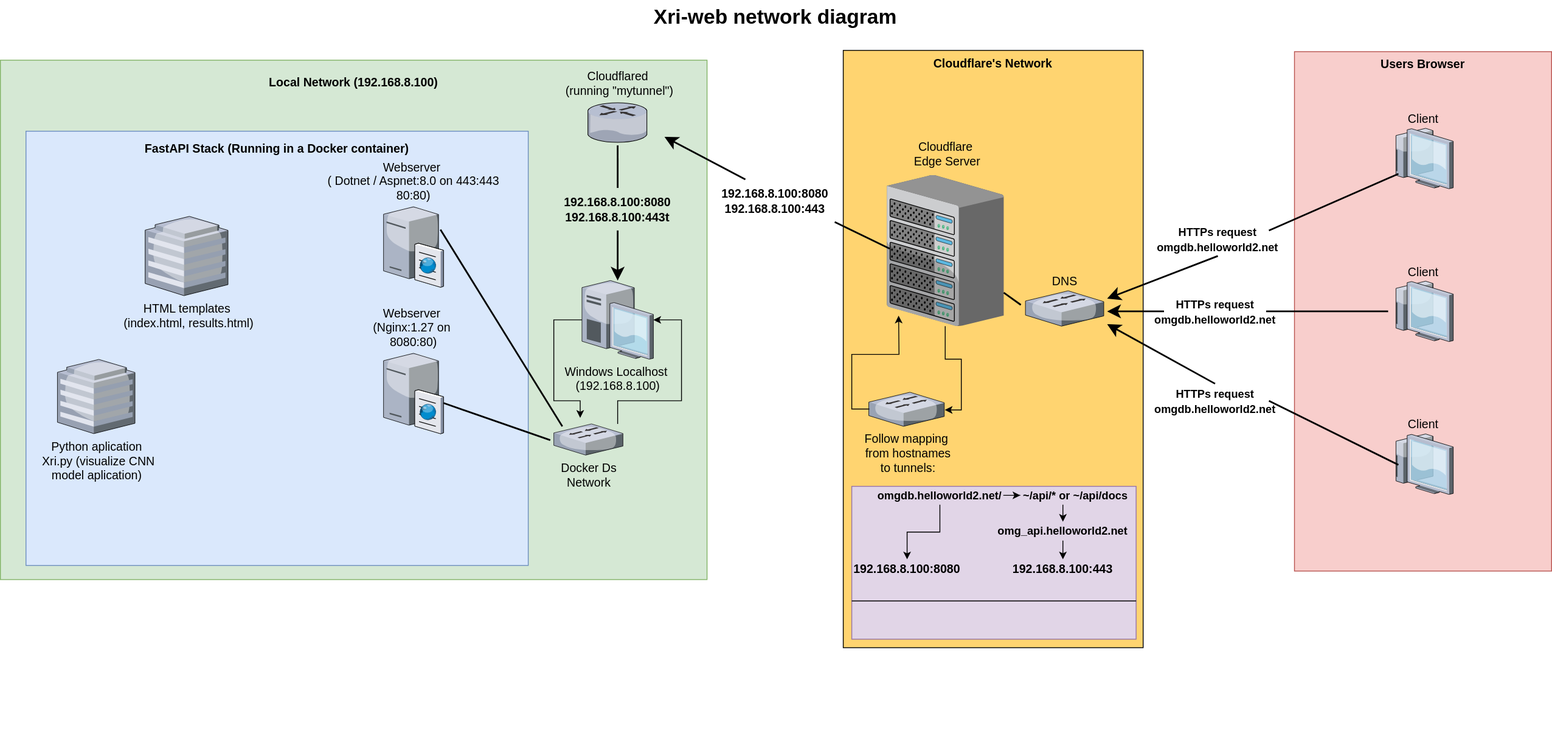
This is blueprint/network-diagram.drawio.svg from jmsaRuc/CITP_Portfolio_Project, a draw.io export, as it was before one commit. Source tidied: cells renumbered, new cells last; positions are measured from the earlier drawing's top-left corner, leaving out a move shared by most shapes.
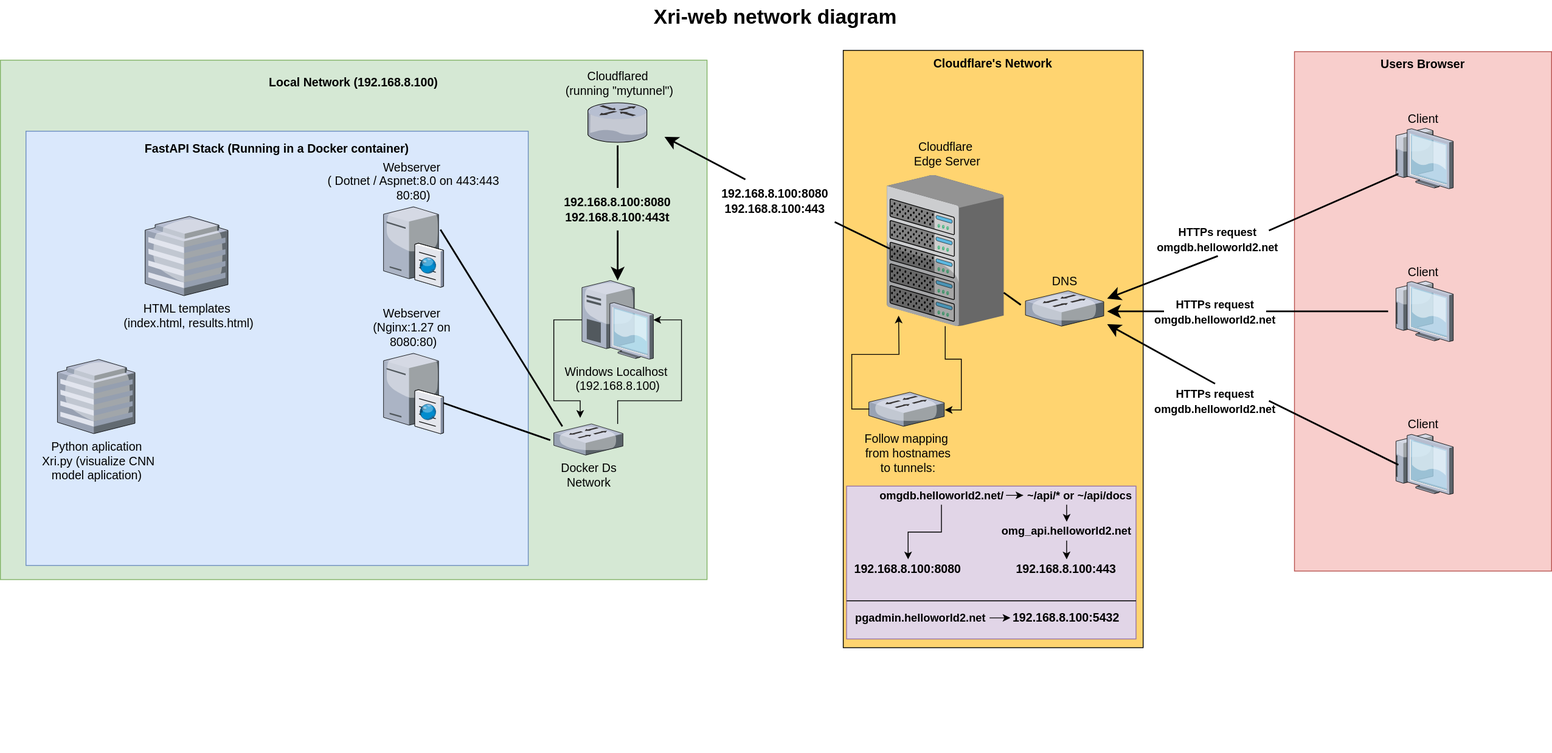
The same diagram one commit later.

Change to the diagram source:
```diff
@@ -156,13 +156,13 @@
       <mxGeometry relative="1" as="geometry" />
     </mxCell>
     <mxCell id="44" style="group;" parent="1" vertex="1">
-      <mxGeometry x="1000" y="570" width="334" height="180" as="geometry" />
+      <mxGeometry x="1000" y="570" width="340" height="180" as="geometry" />
     </mxCell>
     <mxCell id="45" style="rounded=0;whiteSpace=wrap;html=1;fillColor=#e1d5e7;strokeColor=light-dark(#9673A6,#CDA2BE);" parent="44" vertex="1">
-      <mxGeometry y="0.5" width="334" height="179.5" as="geometry" />
+      <mxGeometry x="-6.1" y="0.2" width="340" height="179.5" as="geometry" />
     </mxCell>
     <mxCell id="46" value="&lt;span style=&quot;font-size: 14px; background-color: initial;&quot;&gt;&lt;b&gt;192.168.8.100:8080&lt;/b&gt;&lt;/span&gt;&lt;span style=&quot;font-size: 14px;&quot;&gt;&lt;b&gt;&lt;br&gt;&lt;/b&gt;&lt;/span&gt;" style="text;html=1;strokeColor=none;fillColor=none;align=center;verticalAlign=middle;whiteSpace=wrap;rounded=0;" parent="44" vertex="1">
-      <mxGeometry y="86.2" width="130" height="24.2" as="geometry" />
+      <mxGeometry y="86.2" width="132.3" height="24.2" as="geometry" />
     </mxCell>
     <mxCell id="47" style="edgeStyle=orthogonalEdgeStyle;rounded=0;jettySize=auto;html=1;entryX=0.5;entryY=0;entryDx=0;entryDy=0;" parent="44" edge="1" source="49" target="46">
       <mxGeometry relative="1" as="geometry" />
@@ -171,31 +171,40 @@
       <mxGeometry relative="1" as="geometry" />
     </mxCell>
     <mxCell id="49" value="&lt;span style=&quot;font-size: 13px; font-weight: 700;&quot;&gt;omgdb.helloworld2.net/&lt;/span&gt;" style="text;html=1;strokeColor=none;fillColor=none;align=center;verticalAlign=middle;whiteSpace=wrap;rounded=0;" parent="44" vertex="1">
-      <mxGeometry x="29" width="149" height="22.1" as="geometry" />
+      <mxGeometry x="29.5" width="151.7" height="22.1" as="geometry" />
     </mxCell>
     <mxCell id="50" value="&lt;span style=&quot;font-size: 14px; background-color: initial;&quot;&gt;&lt;b&gt;192.168.8.100:443&lt;/b&gt;&lt;/span&gt;&lt;span style=&quot;font-size: 14px;&quot;&gt;&lt;b&gt;&lt;br&gt;&lt;/b&gt;&lt;/span&gt;" style="text;html=1;strokeColor=none;fillColor=none;align=center;verticalAlign=middle;whiteSpace=wrap;rounded=0;" parent="44" vertex="1">
-      <mxGeometry x="183" y="86.2" width="130" height="24.2" as="geometry" />
+      <mxGeometry x="186.3" y="86.2" width="132.3" height="24.2" as="geometry" />
     </mxCell>
     <mxCell id="51" style="edgeStyle=orthogonalEdgeStyle;rounded=0;jettySize=auto;html=1;entryX=0.5;entryY=0;entryDx=0;entryDy=0;" parent="44" edge="1" source="52" target="50">
       <mxGeometry relative="1" as="geometry" />
     </mxCell>
     <mxCell id="52" value="&lt;span style=&quot;font-size: 13px;&quot;&gt;&lt;b&gt;omg_api.helloworld2.net&lt;/b&gt;&lt;/span&gt;" style="text;html=1;strokeColor=none;fillColor=none;align=center;verticalAlign=middle;whiteSpace=wrap;rounded=0;" parent="44" vertex="1">
-      <mxGeometry x="163" y="42" width="170" height="22.1" as="geometry" />
+      <mxGeometry x="165.9" y="42" width="173.1" height="22.1" as="geometry" />
     </mxCell>
     <mxCell id="53" style="edgeStyle=orthogonalEdgeStyle;rounded=0;jettySize=auto;html=1;entryX=0.5;entryY=0;entryDx=0;entryDy=0;" parent="44" edge="1" source="54" target="52">
       <mxGeometry relative="1" as="geometry">
         <Array as="points">
-          <mxPoint x="248" y="32" />
-          <mxPoint x="248" y="32" />
+          <mxPoint x="252.5" y="32" />
+          <mxPoint x="252.5" y="32" />
         </Array>
       </mxGeometry>
     </mxCell>
     <mxCell id="54" value="&lt;span style=&quot;font-size: 13px;&quot;&gt;&lt;b&gt;~/api/* or ~/api/docs&lt;/b&gt;&lt;/span&gt;" style="text;html=1;strokeColor=none;fillColor=none;align=center;verticalAlign=middle;whiteSpace=wrap;rounded=0;" parent="44" vertex="1">
-      <mxGeometry x="198" width="130" height="22.1" as="geometry" />
+      <mxGeometry x="201.6" width="132.3" height="22.1" as="geometry" />
     </mxCell>
     <mxCell id="55" style="endArrow=none;html=1;rounded=0;exitX=0;exitY=0.75;exitDx=0;exitDy=0;entryX=1;entryY=0.75;entryDx=0;entryDy=0;strokeColor=light-dark(#000000,#CDA2BE);" parent="44" edge="1" source="45" target="45">
       <mxGeometry relative="1" as="geometry" />
     </mxCell>
+    <mxCell id="57" style="edgeStyle=orthogonalEdgeStyle;rounded=0;jettySize=auto;html=1;entryX=0;entryY=0.5;entryDx=0;entryDy=0;" parent="44" edge="1" source="58" target="59">
+      <mxGeometry relative="1" as="geometry" />
+    </mxCell>
+    <mxCell id="58" value="&lt;span style=&quot;font-size: 13px;&quot;&gt;&lt;b&gt;pgadmin.helloworld2.net&lt;/b&gt;&lt;/span&gt;" style="text;html=1;strokeColor=none;fillColor=none;align=center;verticalAlign=middle;whiteSpace=wrap;rounded=0;" parent="44" vertex="1">
+      <mxGeometry y="140" width="161.9" height="30" as="geometry" />
+    </mxCell>
+    <mxCell id="59" value="&lt;span style=&quot;font-size: 14px; background-color: initial;&quot;&gt;&lt;b&gt;192.168.8.100:5432&lt;/b&gt;&lt;/span&gt;&lt;span style=&quot;font-size: 14px;&quot;&gt;&lt;b&gt;&lt;br&gt;&lt;/b&gt;&lt;/span&gt;" style="text;html=1;strokeColor=none;fillColor=none;align=center;verticalAlign=middle;whiteSpace=wrap;rounded=0;" parent="44" vertex="1">
+      <mxGeometry x="186.3" y="142.9" width="132.3" height="24.2" as="geometry" />
+    </mxCell>
     <mxCell id="56" style="edgeStyle=none;rounded=0;html=1;startSize=10;endSize=10;jettySize=auto;fontSize=14;endArrow=none;endFill=0;strokeWidth=2;entryX=0.025;entryY=0.487;entryDx=0;entryDy=0;entryPerimeter=0;exitX=1;exitY=1;exitDx=0;exitDy=0;" parent="1" edge="1" source="27" target="31">
       <mxGeometry relative="1" as="geometry" />
     </mxCell>
```
